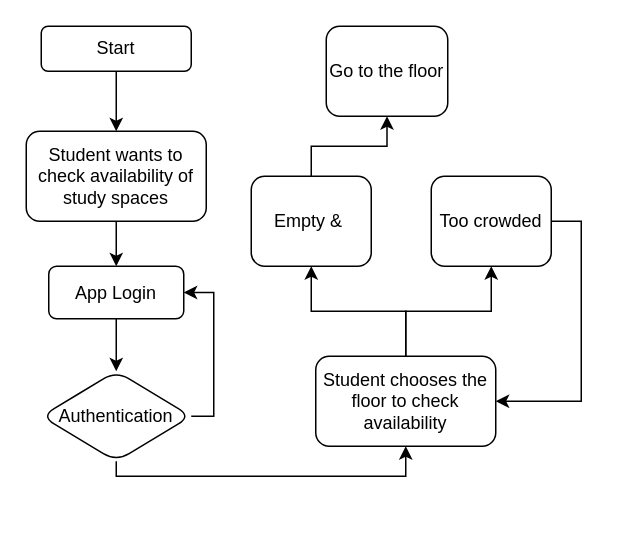
This is 未命名绘图.drawio from software-students-spring2025/1-specification-exercise-project1-lalala, a draw.io file, before an edit. Source tidied: cells renumbered, new cells numbered last; positions are measured from the earlier drawing's top-left corner, leaving out a move shared by most shapes. Both pictures are drawn from the tidied source at 150%, with x=0, y=0 at pixel (26, 26).
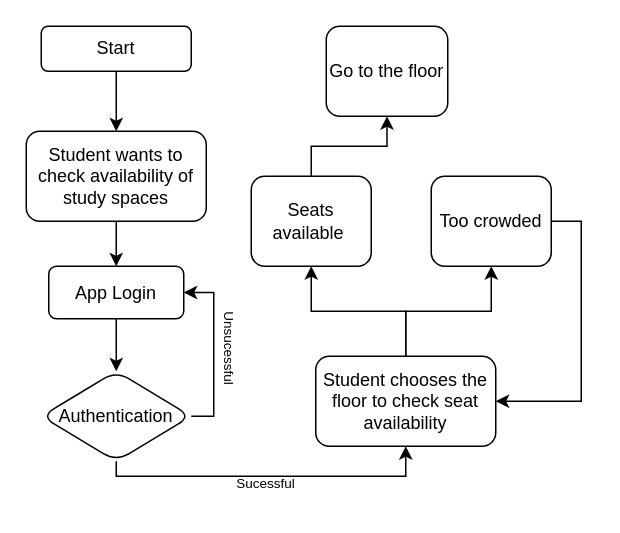
Above is the later version.

The edit, as a diff of the source:
```diff
@@
-    <mxCell id="13" value="Student chooses the floor to check availability" style="whiteSpace=wrap;html=1;rounded=1;glass=0;strokeWidth=1;shadow=0;" parent="1" vertex="1">
+    <mxCell id="13" value="Student chooses the floor to check seat availability" style="whiteSpace=wrap;html=1;rounded=1;glass=0;strokeWidth=1;shadow=0;" parent="1" vertex="1">
       <mxGeometry x="193" y="220" width="120" height="60" as="geometry" />
     </mxCell>
@@
-    <mxCell id="15" value="Empty &amp;amp;&amp;nbsp;" style="rounded=1;whiteSpace=wrap;html=1;" parent="1" vertex="1">
+    <mxCell id="15" value="Seats available&amp;nbsp;" style="rounded=1;whiteSpace=wrap;html=1;" parent="1" vertex="1">
       <mxGeometry x="150" y="100" width="80" height="60" as="geometry" />
     </mxCell>
@@
+    <mxCell id="19" value="Unsucessful" style="text;html=1;align=center;verticalAlign=middle;whiteSpace=wrap;rounded=0;rotation=90;fontSize=9;" parent="1" vertex="1">
+      <mxGeometry x="105" y="200" width="60" height="30" as="geometry" />
+    </mxCell>
+    <mxCell id="20" value="Sucessful" style="text;html=1;align=center;verticalAlign=middle;whiteSpace=wrap;rounded=0;rotation=0;fontSize=9;" parent="1" vertex="1">
+      <mxGeometry x="130" y="290" width="60" height="30" as="geometry" />
+    </mxCell>
```
